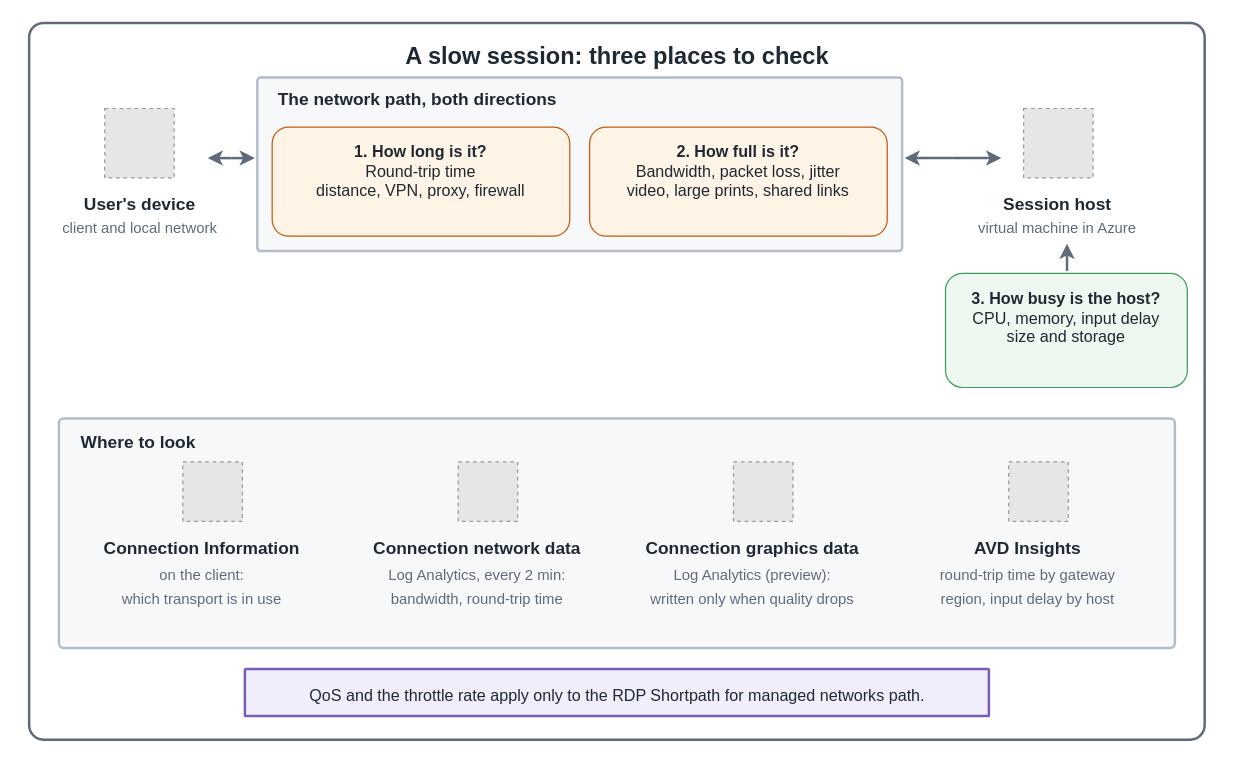
Before: src/img/avd/AVD-Session-Quality-Checks.drawio in AddySidd27/cloud-ai-notes, a draw.io diagram. Source tidied: cells renumbered, new cells numbered last; positions are measured from the earlier drawing's top-left corner, leaving out a move shared by most shapes. Both pictures are drawn from the tidied source at 124%, with x=0, y=0 at pixel (21, 22). Pictures stored in the file or linked from it are replaced by grey dashed boxes.
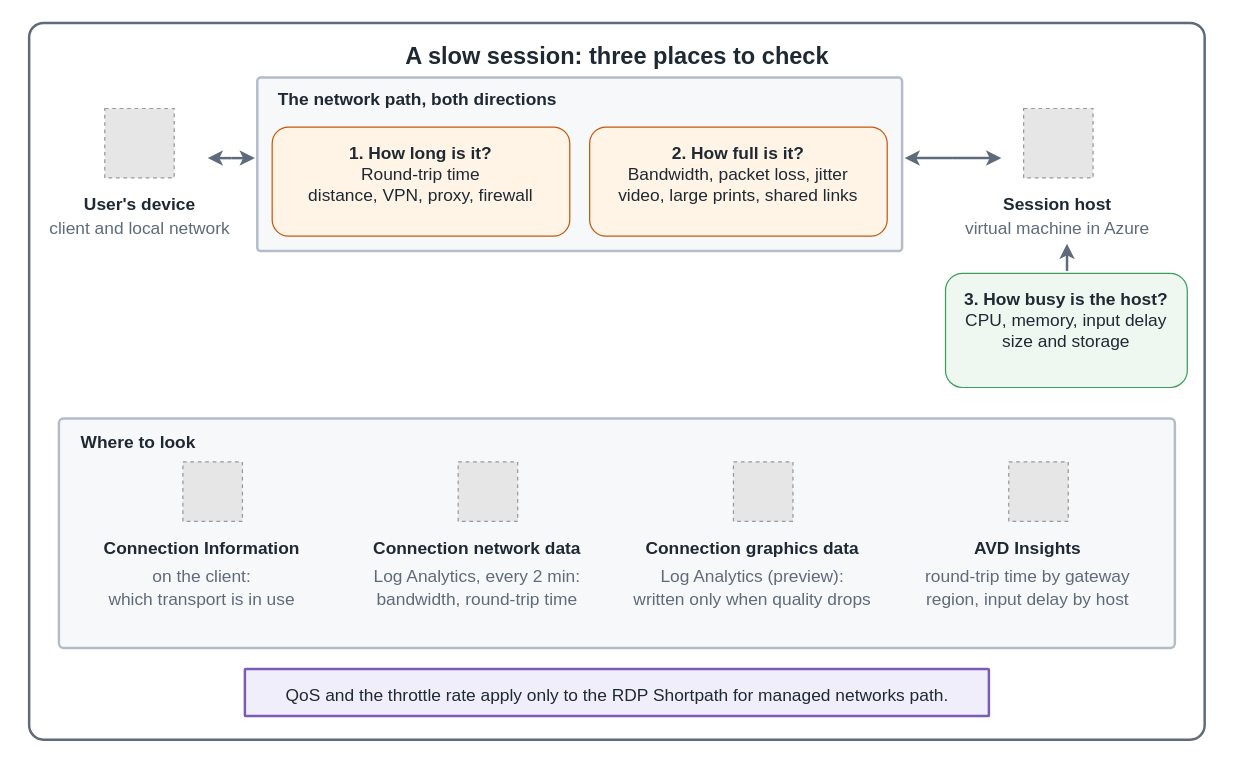
After the change.

What changed in the source:
```diff
@@
-    <mxCell id="6" value="client and local network" style="text;html=1;align=center;verticalAlign=middle;fontSize=12;fontColor=#5f6b7a;" parent="1" vertex="1">
+    <mxCell id="6" value="client and local network" style="text;html=1;align=center;verticalAlign=middle;fontSize=14;fontColor=#5f6b7a;" parent="1" vertex="1">
       <mxGeometry x="10" y="154" width="170" height="24" as="geometry" />
     </mxCell>
@@
-    <mxCell id="9" value="&lt;b&gt;1. How long is it?&lt;/b&gt;&lt;br&gt;Round-trip time&lt;br&gt;distance, VPN, proxy, firewall" style="rounded=1;whiteSpace=wrap;html=1;fillColor=#fff4e5;strokeColor=#c45a10;fontSize=13;fontColor=#1f2933;verticalAlign=top;spacingTop=6;" parent="1" vertex="1">
+    <mxCell id="9" value="&lt;b&gt;1. How long is it?&lt;/b&gt;&lt;br&gt;Round-trip time&lt;br&gt;distance, VPN, proxy, firewall" style="rounded=1;whiteSpace=wrap;html=1;fillColor=#fff4e5;strokeColor=#c45a10;fontSize=14;fontColor=#1f2933;verticalAlign=top;spacingTop=6;" parent="1" vertex="1">
       <mxGeometry x="202" y="84" width="240" height="88" as="geometry" />
     </mxCell>
-    <mxCell id="10" value="&lt;b&gt;2. How full is it?&lt;/b&gt;&lt;br&gt;Bandwidth, packet loss, jitter&lt;br&gt;video, large prints, shared links" style="rounded=1;whiteSpace=wrap;html=1;fillColor=#fff4e5;strokeColor=#c45a10;fontSize=13;fontColor=#1f2933;verticalAlign=top;spacingTop=6;" parent="1" vertex="1">
+    <mxCell id="10" value="&lt;b&gt;2. How full is it?&lt;/b&gt;&lt;br&gt;Bandwidth, packet loss, jitter&lt;br&gt;video, large prints, shared links" style="rounded=1;whiteSpace=wrap;html=1;fillColor=#fff4e5;strokeColor=#c45a10;fontSize=14;fontColor=#1f2933;verticalAlign=top;spacingTop=6;" parent="1" vertex="1">
       <mxGeometry x="458" y="84" width="240" height="88" as="geometry" />
     </mxCell>
@@
-    <mxCell id="17" value="virtual machine in Azure" style="text;html=1;align=center;verticalAlign=middle;fontSize=12;fontColor=#5f6b7a;" parent="1" vertex="1">
+    <mxCell id="17" value="virtual machine in Azure" style="text;html=1;align=center;verticalAlign=middle;fontSize=14;fontColor=#5f6b7a;" parent="1" vertex="1">
       <mxGeometry x="750" y="154" width="170" height="24" as="geometry" />
     </mxCell>
-    <mxCell id="18" value="&lt;b&gt;3. How busy is the host?&lt;/b&gt;&lt;br&gt;CPU, memory, input delay&lt;br&gt;size and storage" style="rounded=1;whiteSpace=wrap;html=1;fillColor=#eef7f0;strokeColor=#3c9d5d;fontSize=13;fontColor=#1f2933;verticalAlign=top;spacingTop=6;" parent="1" vertex="1">
+    <mxCell id="18" value="&lt;b&gt;3. How busy is the host?&lt;/b&gt;&lt;br&gt;CPU, memory, input delay&lt;br&gt;size and storage" style="rounded=1;whiteSpace=wrap;html=1;fillColor=#eef7f0;strokeColor=#3c9d5d;fontSize=14;fontColor=#1f2933;verticalAlign=top;spacingTop=6;" parent="1" vertex="1">
       <mxGeometry x="745" y="202" width="195" height="92" as="geometry" />
     </mxCell>
@@
-    <mxCell id="24" value="on the client:" style="text;html=1;align=center;verticalAlign=middle;fontSize=12;fontColor=#5f6b7a;" parent="1" vertex="1">
+    <mxCell id="24" value="on the client:" style="text;html=1;align=center;verticalAlign=middle;fontSize=14;fontColor=#5f6b7a;" parent="1" vertex="1">
       <mxGeometry x="45" y="434" width="200" height="24" as="geometry" />
     </mxCell>
-    <mxCell id="25" value="which transport is in use" style="text;html=1;align=center;verticalAlign=middle;fontSize=12;fontColor=#5f6b7a;" parent="1" vertex="1">
+    <mxCell id="25" value="which transport is in use" style="text;html=1;align=center;verticalAlign=middle;fontSize=14;fontColor=#5f6b7a;" parent="1" vertex="1">
       <mxGeometry x="45" y="453" width="200" height="24" as="geometry" />
     </mxCell>
@@
-    <mxCell id="28" value="Log Analytics, every 2 min:" style="text;html=1;align=center;verticalAlign=middle;fontSize=12;fontColor=#5f6b7a;" parent="1" vertex="1">
+    <mxCell id="28" value="Log Analytics, every 2 min:" style="text;html=1;align=center;verticalAlign=middle;fontSize=14;fontColor=#5f6b7a;" parent="1" vertex="1">
       <mxGeometry x="267" y="434" width="200" height="24" as="geometry" />
     </mxCell>
-    <mxCell id="29" value="bandwidth, round-trip time" style="text;html=1;align=center;verticalAlign=middle;fontSize=12;fontColor=#5f6b7a;" parent="1" vertex="1">
+    <mxCell id="29" value="bandwidth, round-trip time" style="text;html=1;align=center;verticalAlign=middle;fontSize=14;fontColor=#5f6b7a;" parent="1" vertex="1">
       <mxGeometry x="267" y="453" width="200" height="24" as="geometry" />
     </mxCell>
@@
-    <mxCell id="32" value="Log Analytics (preview):" style="text;html=1;align=center;verticalAlign=middle;fontSize=12;fontColor=#5f6b7a;" parent="1" vertex="1">
+    <mxCell id="32" value="Log Analytics (preview):" style="text;html=1;align=center;verticalAlign=middle;fontSize=14;fontColor=#5f6b7a;" parent="1" vertex="1">
       <mxGeometry x="489" y="434" width="200" height="24" as="geometry" />
     </mxCell>
-    <mxCell id="33" value="written only when quality drops" style="text;html=1;align=center;verticalAlign=middle;fontSize=12;fontColor=#5f6b7a;" parent="1" vertex="1">
+    <mxCell id="33" value="written only when quality drops" style="text;html=1;align=center;verticalAlign=middle;fontSize=14;fontColor=#5f6b7a;" parent="1" vertex="1">
       <mxGeometry x="489" y="453" width="200" height="24" as="geometry" />
     </mxCell>
@@
-    <mxCell id="36" value="round-trip time by gateway" style="text;html=1;align=center;verticalAlign=middle;fontSize=12;fontColor=#5f6b7a;" parent="1" vertex="1">
+    <mxCell id="36" value="round-trip time by gateway" style="text;html=1;align=center;verticalAlign=middle;fontSize=14;fontColor=#5f6b7a;" parent="1" vertex="1">
       <mxGeometry x="711" y="434" width="200" height="24" as="geometry" />
     </mxCell>
-    <mxCell id="37" value="region, input delay by host" style="text;html=1;align=center;verticalAlign=middle;fontSize=12;fontColor=#5f6b7a;" parent="1" vertex="1">
+    <mxCell id="37" value="region, input delay by host" style="text;html=1;align=center;verticalAlign=middle;fontSize=14;fontColor=#5f6b7a;" parent="1" vertex="1">
       <mxGeometry x="711" y="453" width="200" height="24" as="geometry" />
     </mxCell>
@@
-    <mxCell id="39" value="QoS and the throttle rate apply only to the RDP Shortpath for managed networks path." style="text;html=1;align=center;verticalAlign=middle;fontSize=13;fontColor=#1f2933;" parent="1" vertex="1">
+    <mxCell id="39" value="QoS and the throttle rate apply only to the RDP Shortpath for managed networks path." style="text;html=1;align=center;verticalAlign=middle;fontSize=14;fontColor=#1f2933;" parent="1" vertex="1">
       <mxGeometry x="180" y="530" width="600" height="24" as="geometry" />
     </mxCell>
```
